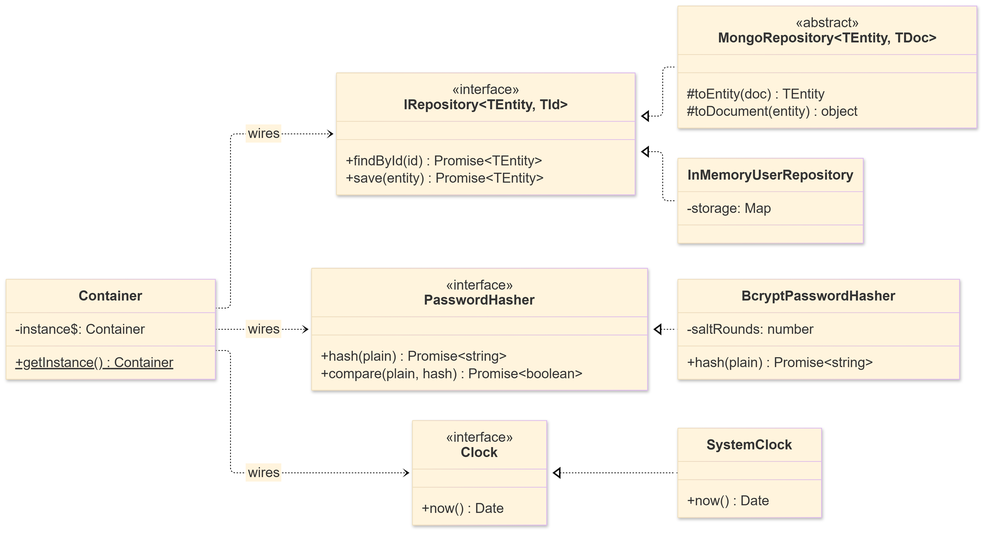
Before: docs/uml/03b-repository-architecture.png, a diagram exported from Mermaid (202417221-LeDinhVinh/ronansat-oop-demo). Its source is kept beside it as docs/uml/03b-repository-architecture.mmd. Its diagram source:
```mermaid
classDiagram
    direction LR

    class Container {
        -instance$: Container
        +getInstance()$ Container
    }

    class IRepository~TEntity, TId~ {
        <<interface>>
        +findById(id)* Promise~TEntity~
        +save(entity)* Promise~TEntity~
    }

    class MongoRepository~TEntity, TDoc~ {
        <<abstract>>
        #toEntity(doc)* TEntity
        #toDocument(entity)* object
    }

    class InMemoryUserRepository {
        -storage: Map
    }

    class PasswordHasher {
        <<interface>>
        +hash(plain)* Promise~string~
        +compare(plain, hash)* Promise~boolean~
    }

    class BcryptPasswordHasher {
        -saltRounds: number
        +hash(plain) Promise~string~
    }

    class Clock {
        <<interface>>
        +now()* Date
    }

    class SystemClock {
        +now() Date
    }

    Container ..> IRepository : wires
    Container ..> PasswordHasher : wires
    Container ..> Clock : wires

    IRepository <|.. MongoRepository
    IRepository <|.. InMemoryUserRepository
    PasswordHasher <|.. BcryptPasswordHasher
    Clock <|.. SystemClock
```
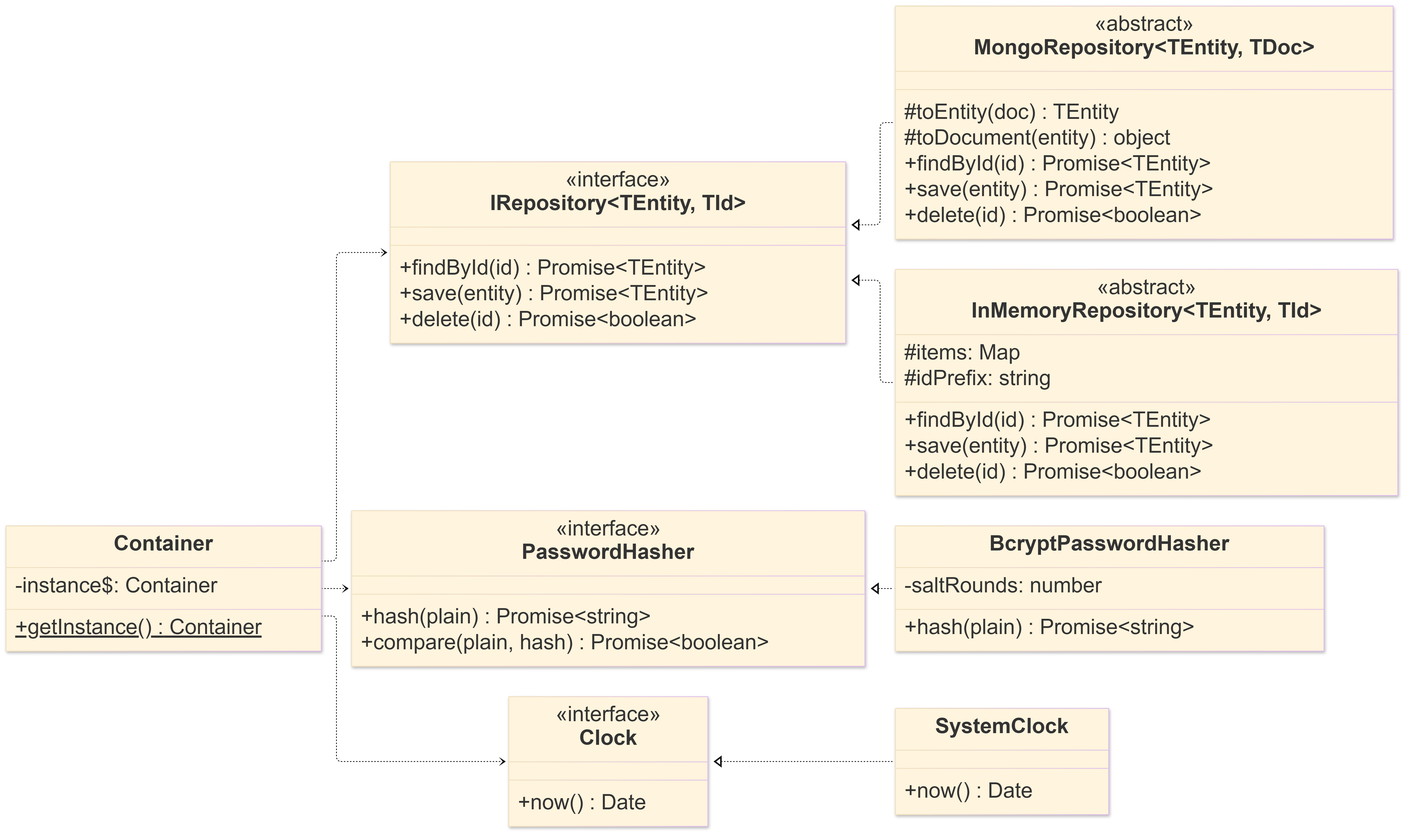
Later version of the same file.

Change to the diagram source:
```diff
@@ -10,16 +10,25 @@
         <<interface>>
         +findById(id)* Promise~TEntity~
         +save(entity)* Promise~TEntity~
+        +delete(id)* Promise~boolean~
     }
 
     class MongoRepository~TEntity, TDoc~ {
         <<abstract>>
         #toEntity(doc)* TEntity
         #toDocument(entity)* object
+        +findById(id) Promise~TEntity~
+        +save(entity) Promise~TEntity~
+        +delete(id) Promise~boolean~
     }
 
-    class InMemoryUserRepository {
-        -storage: Map
+    class InMemoryRepository~TEntity, TId~ {
+        <<abstract>>
+        #items: Map
+        #idPrefix: string*
+        +findById(id) Promise~TEntity~
+        +save(entity) Promise~TEntity~
+        +delete(id) Promise~boolean~
     }
 
     class PasswordHasher {
@@ -42,11 +51,11 @@
         +now() Date
     }
 
-    Container ..> IRepository : wires
-    Container ..> PasswordHasher : wires
-    Container ..> Clock : wires
+    Container ..> IRepository
+    Container ..> PasswordHasher
+    Container ..> Clock
 
     IRepository <|.. MongoRepository
-    IRepository <|.. InMemoryUserRepository
+    IRepository <|.. InMemoryRepository
     PasswordHasher <|.. BcryptPasswordHasher
     Clock <|.. SystemClock
```
